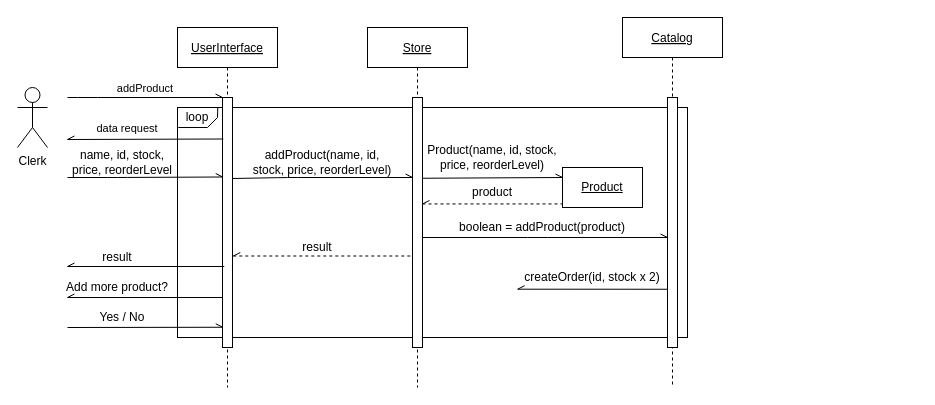
This is Doc/Sequence Diagrams/Diagram 3.drawio from vinnyyo/GroupProject1, a draw.io file, before an edit. Source tidied: cells renumbered, new cells numbered last; positions are measured from the earlier drawing's top-left corner, leaving out a move shared by most shapes. Both pictures are drawn from the tidied source at 100%, with x=0, y=0 at pixel (17, 17).
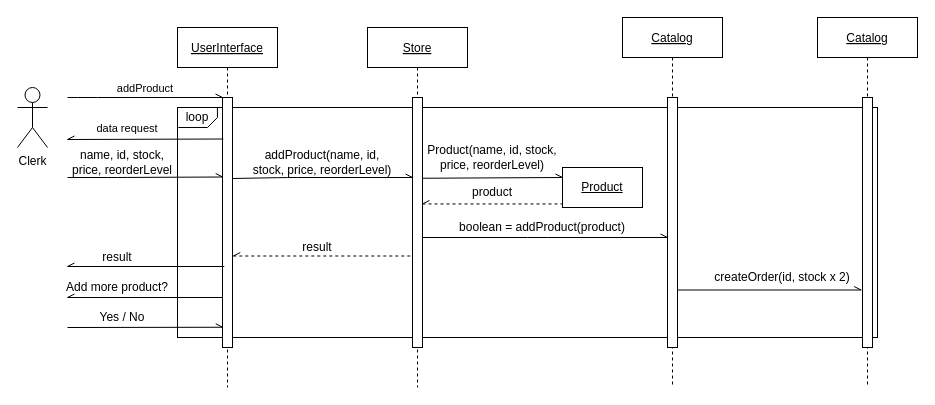
Above is the later version.

The change refers to these unchanged cells:
```xml
<mxCell id="8" style="points=[];perimeter=orthogonalPerimeter;rounded=0;shadow=0;strokeWidth=1;" parent="1" vertex="1">
  <mxGeometry x="650" y="80" width="10" height="250" as="geometry" />
</mxCell>
<mxCell id="33" value="loop" style="text;html=1;strokeColor=none;fillColor=none;align=center;verticalAlign=middle;whiteSpace=wrap;rounded=0;" parent="1" vertex="1">
  <mxGeometry x="160" y="90" width="40" height="20" as="geometry" />
</mxCell>
```

What changed in the source:
```diff
@@
     <mxCell id="2" style="rounded=0;whiteSpace=wrap;html=1;fillColor=none;" parent="1" vertex="1">
-      <mxGeometry x="160" y="90" width="510" height="230" as="geometry" />
+      <mxGeometry x="160" y="90" width="700" height="230" as="geometry" />
     </mxCell>
@@
-    <mxCell id="32" style="endArrow=none;html=1;exitX=0.019;exitY=1.001;exitDx=0;exitDy=0;exitPerimeter=0;entryX=0.079;entryY=0;entryDx=0;entryDy=0;entryPerimeter=0;rounded=0;" parent="1" edge="1" source="33" target="2">
+    <mxCell id="32" style="endArrow=none;html=1;exitX=0.019;exitY=1.001;exitDx=0;exitDy=0;exitPerimeter=0;entryX=0.057;entryY=0.001;entryDx=0;entryDy=0;entryPerimeter=0;rounded=0;" parent="1" edge="1" source="33" target="2">
       <mxGeometry relative="1" as="geometry">
         <Array as="points">
           <mxPoint x="190" y="110" />
           <mxPoint x="200" y="100" />
         </Array>
       </mxGeometry>
     </mxCell>
@@
     <mxCell id="34" value="createOrder(id, stock x 2)" style="text;html=1;strokeColor=none;fillColor=none;align=center;verticalAlign=middle;whiteSpace=wrap;rounded=0;" parent="1" vertex="1">
-      <mxGeometry x="500" y="250" width="150" height="20" as="geometry" />
+      <mxGeometry x="690" y="250" width="150" height="20" as="geometry" />
     </mxCell>
-    <mxCell id="35" style="endArrow=none;html=1;entryX=0.011;entryY=0.767;entryDx=0;entryDy=0;entryPerimeter=0;endFill=0;startArrow=openAsync;startFill=0;exitX=0.667;exitY=0.79;exitDx=0;exitDy=0;exitPerimeter=0;" parent="1" edge="1" source="2" target="8">
+    <mxCell id="35" style="endArrow=openAsync;html=1;entryX=-0.133;entryY=0.77;entryDx=0;entryDy=0;entryPerimeter=0;endFill=0;startArrow=none;startFill=0;" parent="1" edge="1" source="8" target="37">
       <mxGeometry relative="1" as="geometry" />
     </mxCell>
+    <mxCell id="36" value="Catalog" style="shape=umlLifeline;perimeter=lifelinePerimeter;rounded=0;shadow=0;strokeWidth=1;fontStyle=4;" parent="1" vertex="1">
+      <mxGeometry x="800" width="100" height="370" as="geometry" />
+    </mxCell>
+    <mxCell id="37" style="rounded=0;whiteSpace=wrap;html=1;" parent="36" vertex="1">
+      <mxGeometry x="45" y="80" width="10" height="250" as="geometry" />
+    </mxCell>
```
